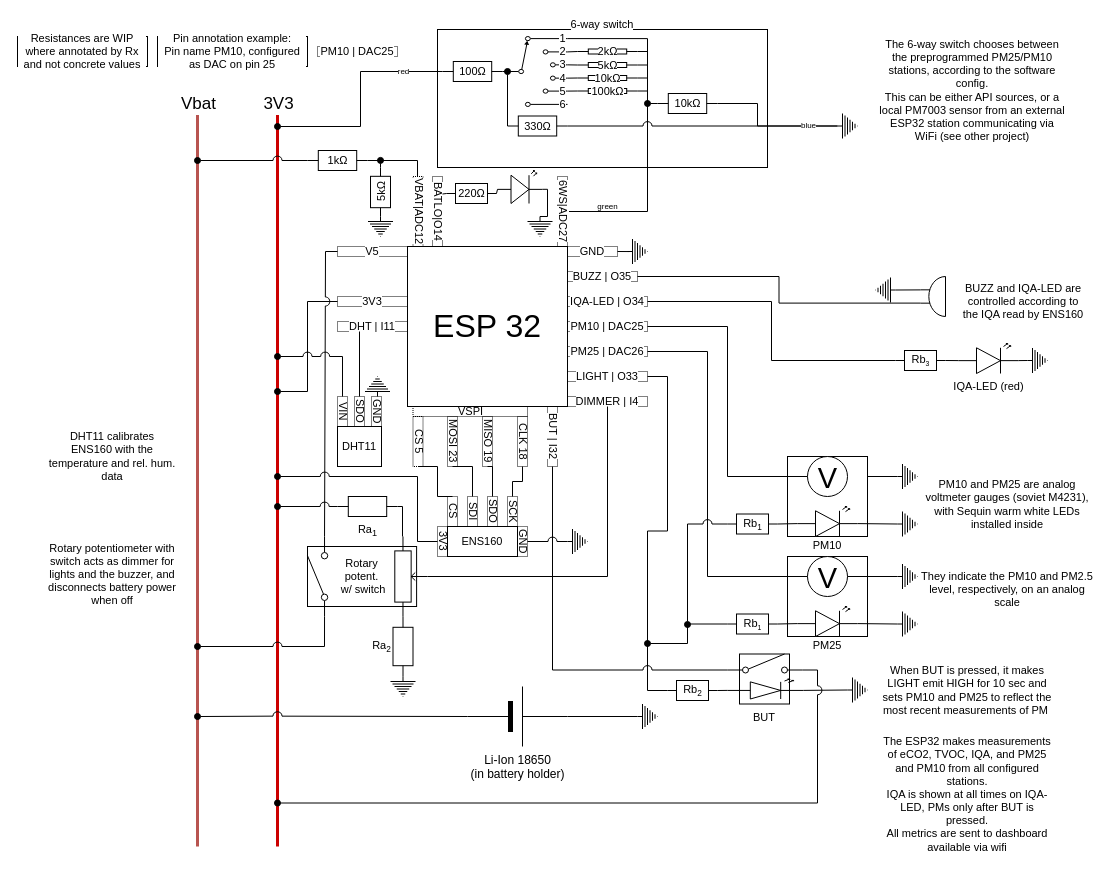
Earlier version of the draw.io diagram airstation-base.drawio (maclav3/airstation). Source tidied: cells renumbered, new cells numbered last; positions are measured from the earlier drawing's top-left corner, leaving out a move shared by most shapes. Both pictures are drawn from the tidied source at 100%, with x=0, y=0 at pixel (17, 29).
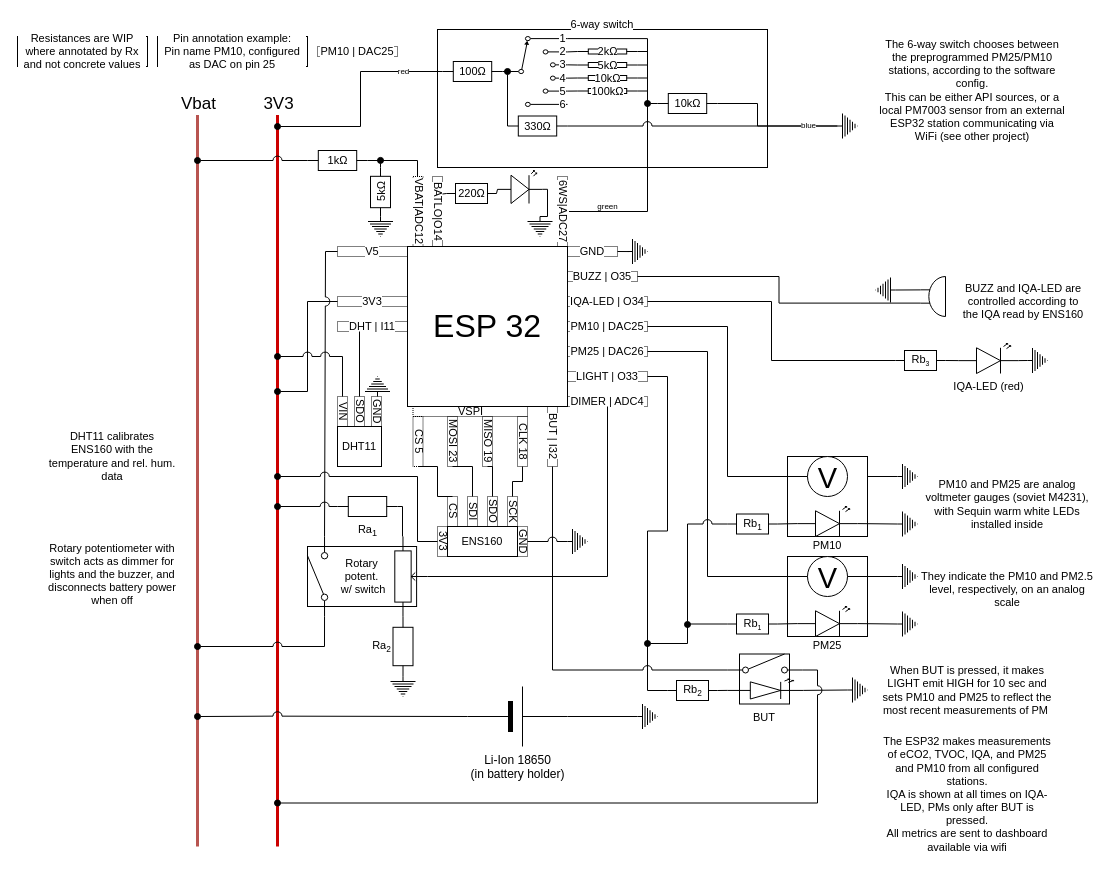
The same diagram, later.

Commit message:
pin label

The change refers to these unchanged cells:
```xml
<mxCell id="46" style="group;" parent="45" vertex="1">
  <mxGeometry width="310" height="220" as="geometry" />
</mxCell>
```

Diff of the diagram source:
```diff
@@
-    <mxCell id="67" value="DIMMER | I4" style="text;html=1;align=center;verticalAlign=middle;whiteSpace=wrap;rounded=0;fontFamily=Helvetica;fontSize=11;fontColor=default;labelBackgroundColor=default;fillColor=none;strokeColor=default;dashed=1;dashPattern=1 1;" parent="46" vertex="1">
+    <mxCell id="67" value="DIMER | ADC4" style="text;html=1;align=center;verticalAlign=middle;whiteSpace=wrap;rounded=0;fontFamily=Helvetica;fontSize=11;fontColor=default;labelBackgroundColor=default;fillColor=none;strokeColor=default;dashed=1;dashPattern=1 1;" parent="46" vertex="1">
       <mxGeometry x="230" y="150" width="80" height="10" as="geometry" />
     </mxCell>
```
